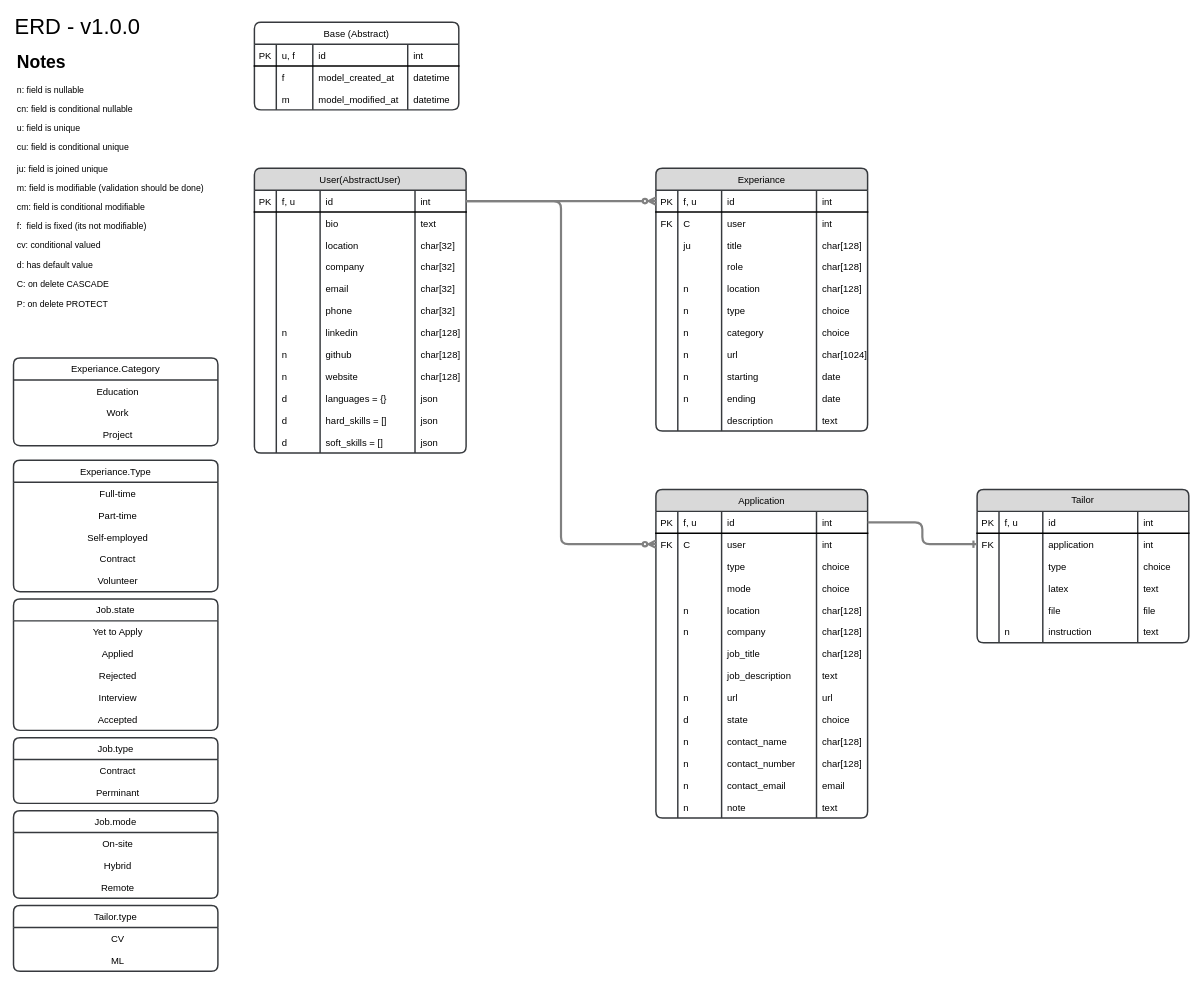
Earlier version of the draw.io diagram docs/ERD.drawio (Mahdi-Massahi/standalone). Source tidied: cells renumbered, new cells numbered last; positions are measured from the earlier drawing's top-left corner, leaving out a move shared by most shapes. Both pictures are drawn from the tidied source at 73%, with x=0, y=0 at pixel (13, 15).
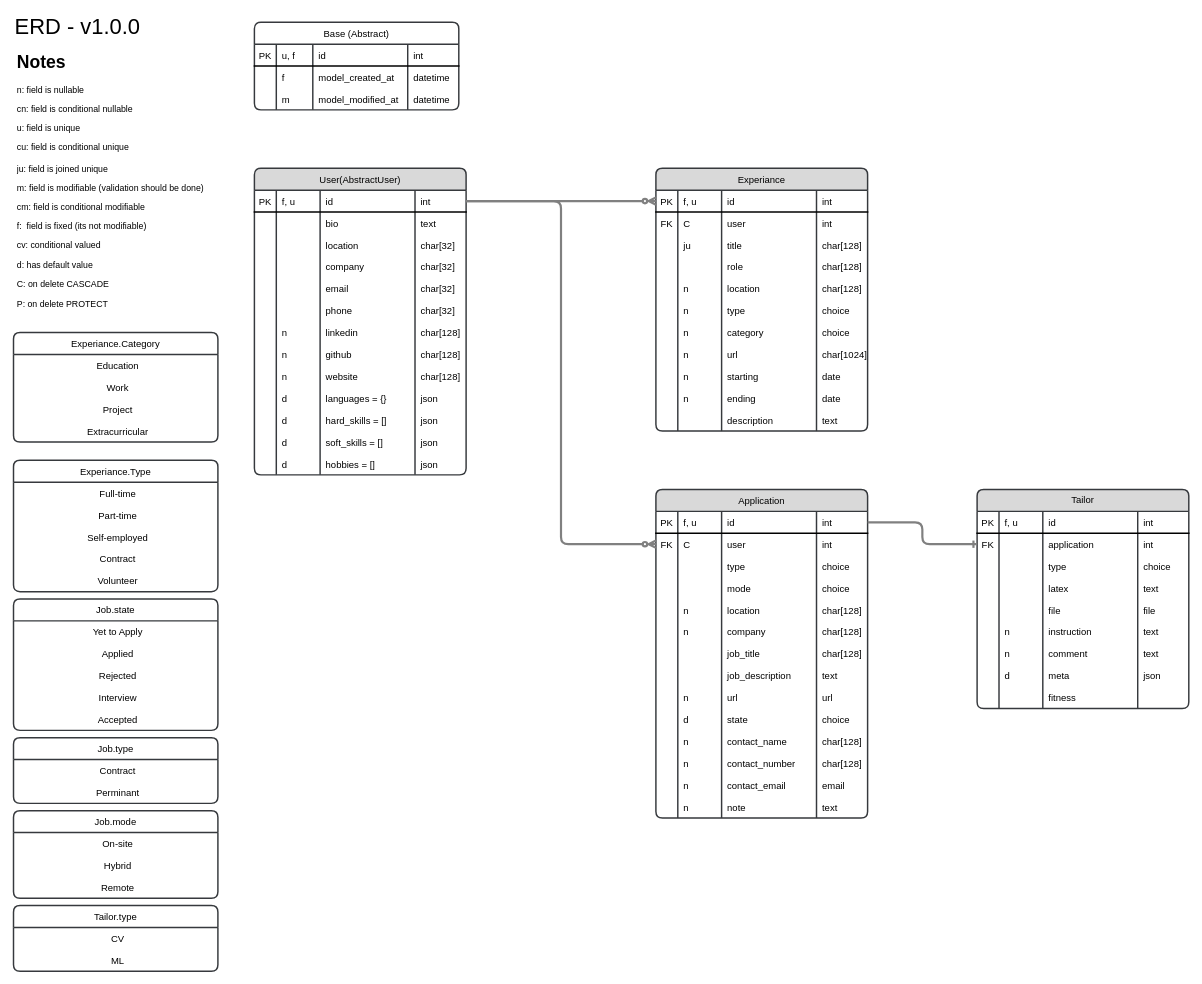
The same diagram, later.

Change to the diagram source:
```diff
@@
     <mxCell id="20" value="User(AbstractUser)" style="shape=table;startSize=30;childLayout=tableLayout;rowLines=0;fontStyle=0;align=center;rounded=1;sketch=0;shadow=0;swimlaneLine=1;labelBorderColor=none;labelBackgroundColor=none;enumerate=0;fillColor=#D9D9D9;strokeColor=#36393d;fontSize=13;spacing=7;spacingTop=0;verticalAlign=bottom;arcSize=10;strokeWidth=2;fontFamily=Helvetica;" parent="1" vertex="1">
-      <mxGeometry x="330" y="210" width="290" height="390" as="geometry" />
+      <mxGeometry x="330" y="210" width="290" height="420" as="geometry" />
     </mxCell>
@@
+    <mxCell id="288" style="shape=tableRow;horizontal=0;startSize=0;swimlaneHead=0;swimlaneBody=0;fillColor=none;top=0;left=0;right=0;bottom=0;rounded=1;strokeWidth=2;fontStyle=0;fontFamily=Helvetica;fontSize=13;" parent="20" vertex="1">
+      <mxGeometry y="390" width="290" height="30" as="geometry" />
+    </mxCell>
+    <mxCell id="289" style="shape=partialRectangle;fillColor=none;top=0;left=0;bottom=0;right=0;overflow=hidden;rounded=1;strokeWidth=2;fontStyle=0;fontFamily=Helvetica;fontSize=13;" parent="288" vertex="1">
+      <mxGeometry width="30" height="30" as="geometry" />
+    </mxCell>
+    <mxCell id="290" value="d" style="shape=partialRectangle;fillColor=none;top=0;left=0;bottom=0;right=0;align=left;spacingLeft=6;overflow=hidden;rounded=1;strokeWidth=2;fontStyle=0;fontFamily=Helvetica;fontSize=13;" parent="288" vertex="1">
+      <mxGeometry x="30" width="60" height="30" as="geometry" />
+    </mxCell>
+    <mxCell id="291" value="hobbies = []" style="shape=partialRectangle;fillColor=none;top=0;left=0;bottom=0;right=0;align=left;spacingLeft=6;overflow=hidden;rounded=1;strokeWidth=2;fontStyle=0;fontFamily=Helvetica;fontSize=13;" parent="288" vertex="1">
+      <mxGeometry x="90" width="130" height="30" as="geometry" />
+    </mxCell>
+    <mxCell id="292" value="json" style="shape=partialRectangle;fillColor=none;top=0;left=0;bottom=0;right=0;align=left;spacingLeft=6;overflow=hidden;rounded=1;strokeWidth=2;fontStyle=0;fontFamily=Helvetica;fontSize=13;" parent="288" vertex="1">
+      <mxGeometry x="220" width="70" height="30" as="geometry" />
+    </mxCell>
@@
     <mxCell id="137" value="Experiance.Category" style="shape=table;startSize=30;childLayout=tableLayout;rowLines=0;fontStyle=0;align=center;rounded=1;sketch=0;shadow=0;swimlaneLine=1;labelBorderColor=none;labelBackgroundColor=none;enumerate=0;fontSize=13;spacing=7;spacingTop=0;verticalAlign=bottom;fillColor=none;strokeColor=#36393d;arcSize=10;strokeWidth=2;fontFamily=Helvetica;" parent="1" vertex="1">
-      <mxGeometry y="470" width="280" height="120" as="geometry" />
+      <mxGeometry y="435" width="280" height="150" as="geometry" />
     </mxCell>
@@
+    <mxCell id="293" style="shape=tableRow;horizontal=0;startSize=0;swimlaneHead=0;swimlaneBody=0;fillColor=none;top=0;left=0;right=0;bottom=0;rounded=1;strokeWidth=2;fontStyle=0;fontFamily=Helvetica;fontSize=13;" parent="137" vertex="1">
+      <mxGeometry y="120" width="280" height="30" as="geometry" />
+    </mxCell>
+    <mxCell id="294" value="Extracurricular" style="shape=partialRectangle;fillColor=none;top=0;left=0;bottom=0;right=0;align=center;spacingLeft=6;overflow=hidden;rounded=1;strokeWidth=2;fontStyle=0;fontFamily=Helvetica;fontSize=13;" parent="293" vertex="1">
+      <mxGeometry width="280" height="30" as="geometry" />
+    </mxCell>
@@
     <mxCell id="243" value="Tailor" style="shape=table;startSize=30;childLayout=tableLayout;rowLines=0;fontStyle=0;align=center;rounded=1;sketch=0;shadow=0;swimlaneLine=1;labelBorderColor=none;labelBackgroundColor=none;enumerate=0;fillColor=#D9D9D9;strokeColor=#36393d;fontSize=13;spacing=7;spacingTop=0;verticalAlign=bottom;arcSize=10;strokeWidth=2;fontFamily=Helvetica;whiteSpace=wrap;" parent="1" vertex="1">
-      <mxGeometry x="1320" y="650" width="290" height="210" as="geometry" />
+      <mxGeometry x="1320" y="650" width="290" height="300" as="geometry" />
     </mxCell>
@@
+    <mxCell id="295" style="shape=tableRow;horizontal=0;startSize=0;swimlaneHead=0;swimlaneBody=0;fillColor=none;top=0;left=0;right=0;bottom=1;rounded=1;strokeWidth=2;fontStyle=0;fontFamily=Helvetica;fontSize=13;strokeColor=none;" parent="243" vertex="1">
+      <mxGeometry y="210" width="290" height="30" as="geometry" />
+    </mxCell>
+    <mxCell id="296" style="shape=partialRectangle;fillColor=none;top=0;left=0;bottom=0;right=0;fontStyle=0;overflow=hidden;rounded=1;strokeWidth=2;fontFamily=Helvetica;fontSize=13;" parent="295" vertex="1">
+      <mxGeometry width="30" height="30" as="geometry" />
+    </mxCell>
+    <mxCell id="297" value="n" style="shape=partialRectangle;fillColor=none;top=0;left=0;bottom=0;right=0;align=left;spacingLeft=6;fontStyle=0;overflow=hidden;rounded=1;strokeWidth=2;fontFamily=Helvetica;fontSize=13;" parent="295" vertex="1">
+      <mxGeometry x="30" width="60" height="30" as="geometry" />
+    </mxCell>
+    <mxCell id="298" value="comment" style="shape=partialRectangle;fillColor=none;top=0;left=0;bottom=0;right=0;align=left;spacingLeft=6;fontStyle=0;overflow=hidden;rounded=1;strokeWidth=2;fontFamily=Helvetica;fontSize=13;" parent="295" vertex="1">
+      <mxGeometry x="90" width="130" height="30" as="geometry" />
+    </mxCell>
+    <mxCell id="299" value="text" style="shape=partialRectangle;fillColor=none;top=0;left=0;bottom=0;right=0;align=left;spacingLeft=6;fontStyle=0;overflow=hidden;rounded=1;strokeWidth=2;fontFamily=Helvetica;fontSize=13;" parent="295" vertex="1">
+      <mxGeometry x="220" width="70" height="30" as="geometry" />
+    </mxCell>
+    <mxCell id="300" style="shape=tableRow;horizontal=0;startSize=0;swimlaneHead=0;swimlaneBody=0;fillColor=none;top=0;left=0;right=0;bottom=1;rounded=1;strokeWidth=2;fontStyle=0;fontFamily=Helvetica;fontSize=13;strokeColor=none;" parent="243" vertex="1">
+      <mxGeometry y="240" width="290" height="30" as="geometry" />
+    </mxCell>
+    <mxCell id="301" style="shape=partialRectangle;fillColor=none;top=0;left=0;bottom=0;right=0;fontStyle=0;overflow=hidden;rounded=1;strokeWidth=2;fontFamily=Helvetica;fontSize=13;" parent="300" vertex="1">
+      <mxGeometry width="30" height="30" as="geometry" />
+    </mxCell>
+    <mxCell id="302" value="d" style="shape=partialRectangle;fillColor=none;top=0;left=0;bottom=0;right=0;align=left;spacingLeft=6;fontStyle=0;overflow=hidden;rounded=1;strokeWidth=2;fontFamily=Helvetica;fontSize=13;" parent="300" vertex="1">
+      <mxGeometry x="30" width="60" height="30" as="geometry" />
+    </mxCell>
+    <mxCell id="303" value="meta" style="shape=partialRectangle;fillColor=none;top=0;left=0;bottom=0;right=0;align=left;spacingLeft=6;fontStyle=0;overflow=hidden;rounded=1;strokeWidth=2;fontFamily=Helvetica;fontSize=13;" parent="300" vertex="1">
+      <mxGeometry x="90" width="130" height="30" as="geometry" />
+    </mxCell>
+    <mxCell id="304" value="json" style="shape=partialRectangle;fillColor=none;top=0;left=0;bottom=0;right=0;align=left;spacingLeft=6;fontStyle=0;overflow=hidden;rounded=1;strokeWidth=2;fontFamily=Helvetica;fontSize=13;" parent="300" vertex="1">
+      <mxGeometry x="220" width="70" height="30" as="geometry" />
+    </mxCell>
+    <mxCell id="305" style="shape=tableRow;horizontal=0;startSize=0;swimlaneHead=0;swimlaneBody=0;fillColor=none;top=0;left=0;right=0;bottom=1;rounded=1;strokeWidth=2;fontStyle=0;fontFamily=Helvetica;fontSize=13;strokeColor=none;" parent="243" vertex="1">
+      <mxGeometry y="270" width="290" height="30" as="geometry" />
+    </mxCell>
+    <mxCell id="306" style="shape=partialRectangle;fillColor=none;top=0;left=0;bottom=0;right=0;fontStyle=0;overflow=hidden;rounded=1;strokeWidth=2;fontFamily=Helvetica;fontSize=13;" parent="305" vertex="1">
+      <mxGeometry width="30" height="30" as="geometry" />
+    </mxCell>
+    <mxCell id="307" style="shape=partialRectangle;fillColor=none;top=0;left=0;bottom=0;right=0;align=left;spacingLeft=6;fontStyle=0;overflow=hidden;rounded=1;strokeWidth=2;fontFamily=Helvetica;fontSize=13;" parent="305" vertex="1">
+      <mxGeometry x="30" width="60" height="30" as="geometry" />
+    </mxCell>
+    <mxCell id="308" value="fitness" style="shape=partialRectangle;fillColor=none;top=0;left=0;bottom=0;right=0;align=left;spacingLeft=6;fontStyle=0;overflow=hidden;rounded=1;strokeWidth=2;fontFamily=Helvetica;fontSize=13;" parent="305" vertex="1">
+      <mxGeometry x="90" width="130" height="30" as="geometry" />
+    </mxCell>
+    <mxCell id="309" style="shape=partialRectangle;fillColor=none;top=0;left=0;bottom=0;right=0;align=left;spacingLeft=6;fontStyle=0;overflow=hidden;rounded=1;strokeWidth=2;fontFamily=Helvetica;fontSize=13;" parent="305" vertex="1">
+      <mxGeometry x="220" width="70" height="30" as="geometry" />
+    </mxCell>
```
